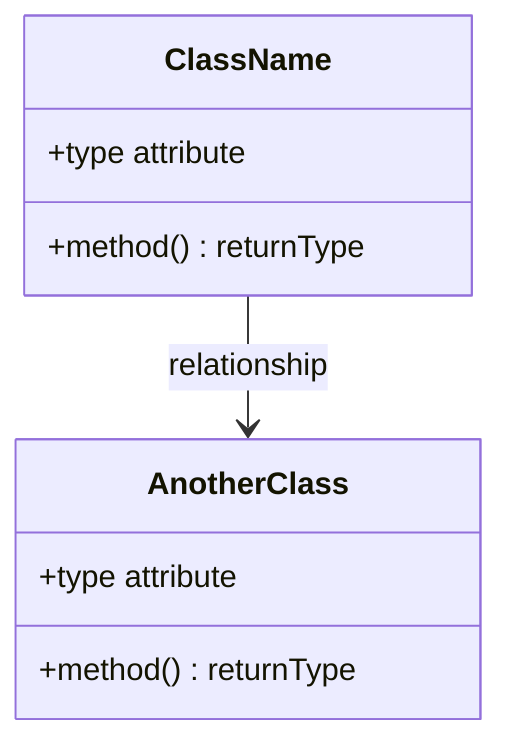
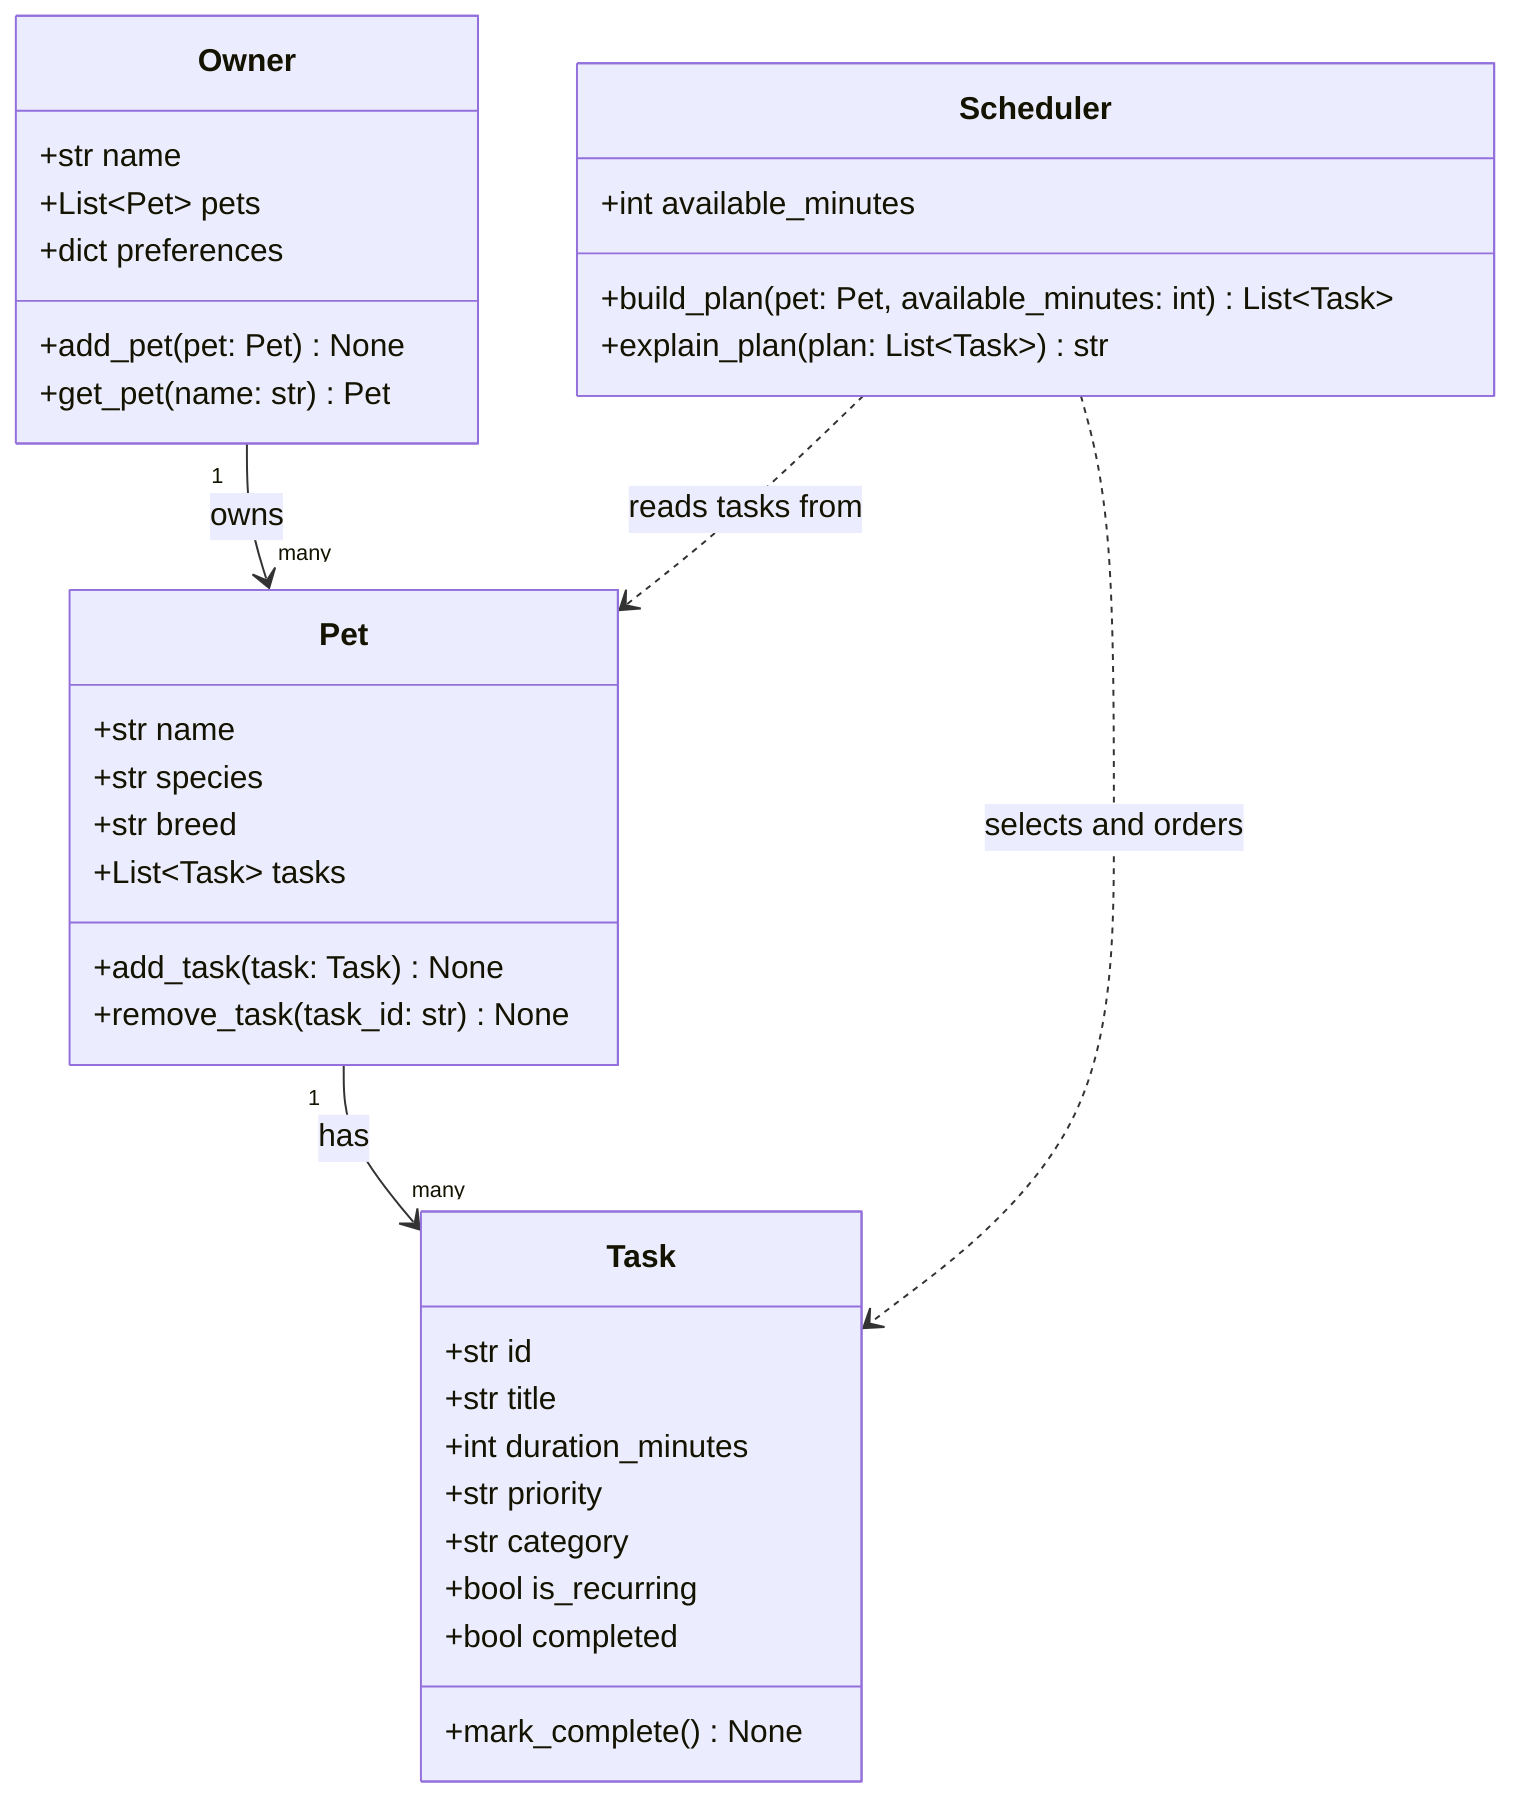
classDiagram
-     %% Replace the placeholders below with your actual classes, attributes, methods, and relationships.
-     %% Keep this file updated so it matches your final implementation.
- 
-     class ClassName {
-         +type attribute
-         +method() returnType
+     class Owner {
+         +str name
+         +List~Pet~ pets
+         +dict preferences
+         +add_pet(pet: Pet) None
+         +get_pet(name: str) Pet
    }

-     class AnotherClass {
-         +type attribute
-         +method() returnType
+     class Pet {
+         +str name
+         +str species
+         +str breed
+         +List~Task~ tasks
+         +add_task(task: Task) None
+         +remove_task(task_id: str) None
    }

-     ClassName --> AnotherClass : relationship
+     class Task {
+         +str id
+         +str title
+         +int duration_minutes
+         +str priority
+         +str category
+         +bool is_recurring
+         +bool completed
+         +mark_complete() None
+     }
+ 
+     class Scheduler {
+         +int available_minutes
+         +build_plan(pet: Pet, available_minutes: int) List~Task~
+         +explain_plan(plan: List~Task~) str
+     }
+ 
+     Owner "1" --> "many" Pet : owns
+     Pet "1" --> "many" Task : has
+     Scheduler ..> Pet : reads tasks from
+     Scheduler ..> Task : selects and orders
